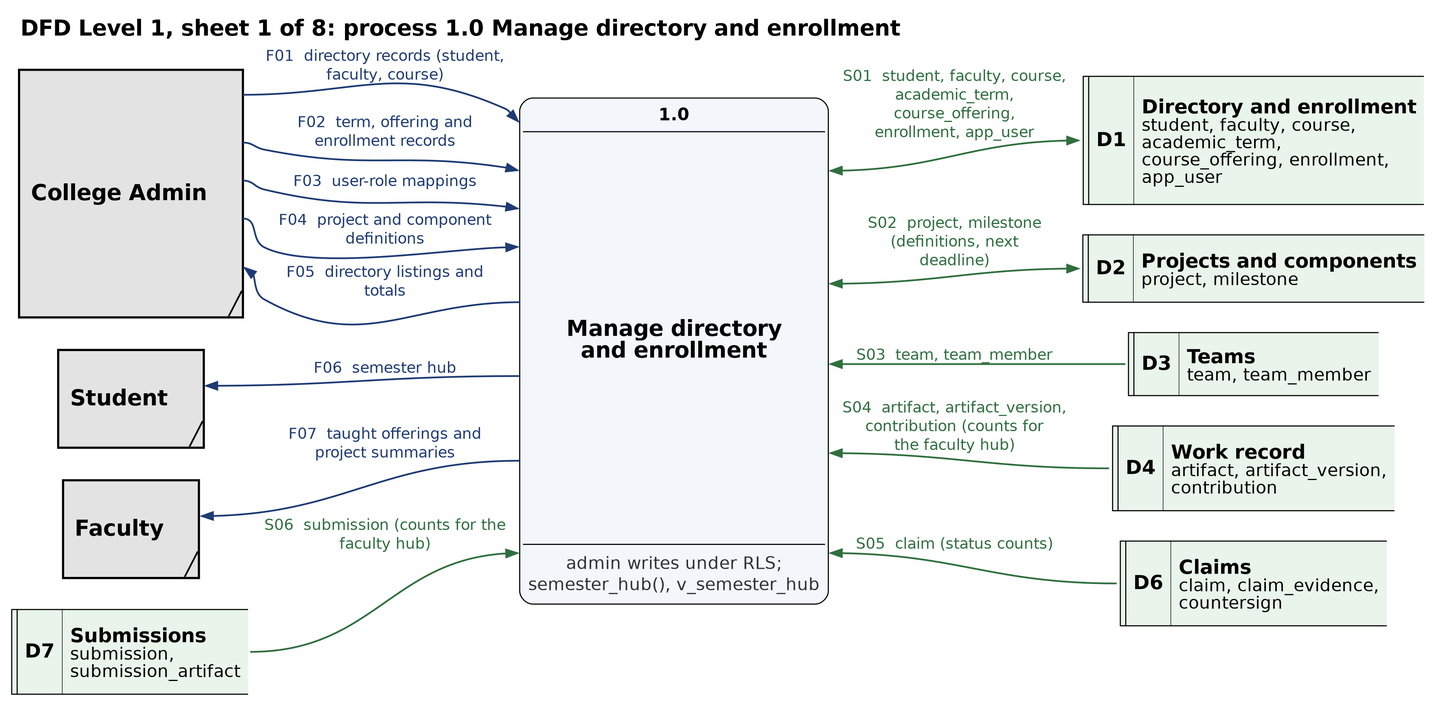
Earlier version of the Graphviz export docs/lab/dfd/png/dfd_level1_sheet1.png (Arun-Sanjay/countersign-dbms). Its source is kept beside it as docs/lab/dfd/dot/dfd_level1_sheet1.dot.
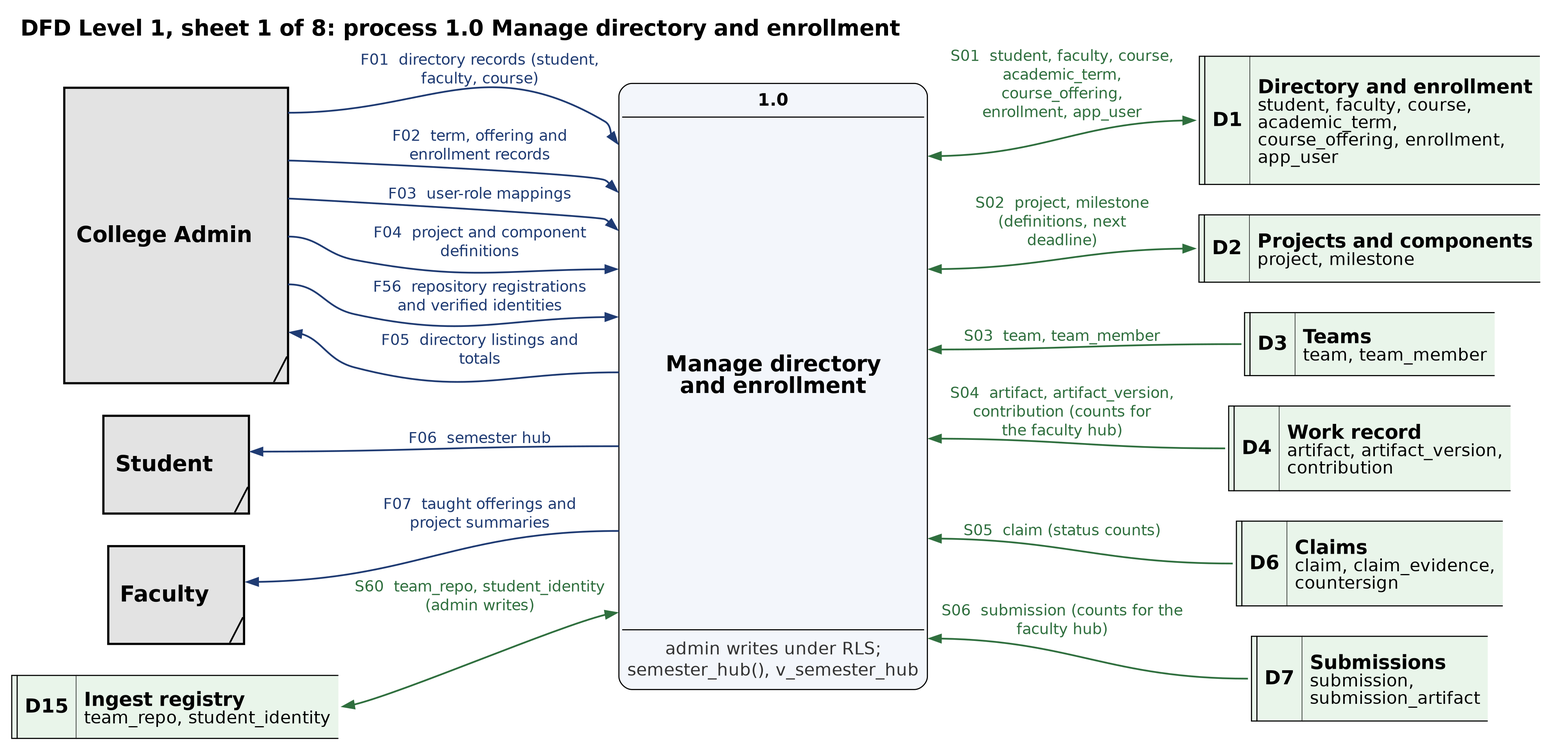
The same file after the commit.

The edit, as a diff of the source:
```diff
@@ -4,32 +4,35 @@
          label=<<b>DFD Level 1, sheet 1 of 8: process 1.0 Manage directory and enrollment</b>>];
   node  [fontname="Helvetica", fontsize=16];
   edge  [fontname="Helvetica", fontsize=14, arrowsize=1.0];
-  "ADM@1.0" [shape=plain, label=<<table border="2" cellborder="0" cellspacing="0" cellpadding="0" bgcolor="#e3e3e3"><tr><td rowspan="6" cellpadding="10"><font point-size="20"><b>College Admin</b></font></td><td port="p0" height="44" width="2"></td></tr><tr><td port="p1" height="44" width="2"></td></tr><tr><td port="p2" height="26" width="2"></td></tr><tr><td port="p3" height="44" width="2"></td></tr><tr><td port="p4" height="44" width="2"></td></tr><tr><td height="22" width="22" align="right" valign="bottom" cellpadding="0"><font point-size="20">&#x2571;</font></td></tr></table>>];
+  "ADM@1.0" [shape=plain, label=<<table border="2" cellborder="0" cellspacing="0" cellpadding="0" bgcolor="#e3e3e3"><tr><td rowspan="7" cellpadding="10"><font point-size="20"><b>College Admin</b></font></td><td port="p0" height="44" width="2"></td></tr><tr><td port="p1" height="44" width="2"></td></tr><tr><td port="p2" height="26" width="2"></td></tr><tr><td port="p3" height="44" width="2"></td></tr><tr><td port="p4" height="44" width="2"></td></tr><tr><td port="p5" height="44" width="2"></td></tr><tr><td height="22" width="22" align="right" valign="bottom" cellpadding="0"><font point-size="20">&#x2571;</font></td></tr></table>>];
   "STU@1.0" [shape=plain, label=<<table border="2" cellborder="0" cellspacing="0" cellpadding="0" bgcolor="#e3e3e3"><tr><td rowspan="2" cellpadding="10"><font point-size="20"><b>Student</b></font></td><td port="p0" height="64" width="2"></td></tr><tr><td height="22" width="22" align="right" valign="bottom" cellpadding="0"><font point-size="20">&#x2571;</font></td></tr></table>>];
   "FAC@1.0" [shape=plain, label=<<table border="2" cellborder="0" cellspacing="0" cellpadding="0" bgcolor="#e3e3e3"><tr><td rowspan="2" cellpadding="10"><font point-size="20"><b>Faculty</b></font></td><td port="p0" height="64" width="2"></td></tr><tr><td height="22" width="22" align="right" valign="bottom" cellpadding="0"><font point-size="20">&#x2571;</font></td></tr></table>>];
-  "D7@1.0" [shape=plain, label=<<table border="0" cellborder="0" cellspacing="0" cellpadding="0"><tr><td rowspan="1" sides="ltb" border="1" width="5" bgcolor="#e9f5ea"></td><td rowspan="1" sides="ltbr" border="1" bgcolor="#e9f5ea" cellpadding="6"><font point-size="18"><b>D7</b></font></td><td rowspan="1" sides="tb" border="1" align="left" balign="left" bgcolor="#e9f5ea" cellpadding="6"><font point-size="18"><b>Submissions</b></font><br/><font point-size="16">submission,<br/>submission_artifact</font></td><td port="p0" height="78" width="2"></td></tr></table>>];
+  "D15@1.0" [shape=plain, label=<<table border="0" cellborder="0" cellspacing="0" cellpadding="0"><tr><td rowspan="1" sides="ltb" border="1" width="5" bgcolor="#e9f5ea"></td><td rowspan="1" sides="ltbr" border="1" bgcolor="#e9f5ea" cellpadding="6"><font point-size="18"><b>D15</b></font></td><td rowspan="1" sides="tb" border="1" align="left" balign="left" bgcolor="#e9f5ea" cellpadding="6"><font point-size="18"><b>Ingest registry</b></font><br/><font point-size="16">team_repo, student_identity</font></td><td port="p0" height="58" width="2"></td></tr></table>>];
   "D1@1.0" [shape=plain, label=<<table border="0" cellborder="0" cellspacing="0" cellpadding="0"><tr><td port="p0" height="118" width="2"></td><td rowspan="1" sides="ltb" border="1" width="5" bgcolor="#e9f5ea"></td><td rowspan="1" sides="ltbr" border="1" bgcolor="#e9f5ea" cellpadding="6"><font point-size="18"><b>D1</b></font></td><td rowspan="1" sides="tb" border="1" align="left" balign="left" bgcolor="#e9f5ea" cellpadding="6"><font point-size="18"><b>Directory and enrollment</b></font><br/><font point-size="16">student, faculty, course,<br/>academic_term,<br/>course_offering, enrollment,<br/>app_user</font></td></tr></table>>];
   "D2@1.0" [shape=plain, label=<<table border="0" cellborder="0" cellspacing="0" cellpadding="0"><tr><td port="p0" height="62" width="2"></td><td rowspan="1" sides="ltb" border="1" width="5" bgcolor="#e9f5ea"></td><td rowspan="1" sides="ltbr" border="1" bgcolor="#e9f5ea" cellpadding="6"><font point-size="18"><b>D2</b></font></td><td rowspan="1" sides="tb" border="1" align="left" balign="left" bgcolor="#e9f5ea" cellpadding="6"><font point-size="18"><b>Projects and components</b></font><br/><font point-size="16">project, milestone</font></td></tr></table>>];
   "D3@1.0" [shape=plain, label=<<table border="0" cellborder="0" cellspacing="0" cellpadding="0"><tr><td port="p0" height="58" width="2"></td><td rowspan="1" sides="ltb" border="1" width="5" bgcolor="#e9f5ea"></td><td rowspan="1" sides="ltbr" border="1" bgcolor="#e9f5ea" cellpadding="6"><font point-size="18"><b>D3</b></font></td><td rowspan="1" sides="tb" border="1" align="left" balign="left" bgcolor="#e9f5ea" cellpadding="6"><font point-size="18"><b>Teams</b></font><br/><font point-size="16">team, team_member</font></td></tr></table>>];
   "D4@1.0" [shape=plain, label=<<table border="0" cellborder="0" cellspacing="0" cellpadding="0"><tr><td port="p0" height="78" width="2"></td><td rowspan="1" sides="ltb" border="1" width="5" bgcolor="#e9f5ea"></td><td rowspan="1" sides="ltbr" border="1" bgcolor="#e9f5ea" cellpadding="6"><font point-size="18"><b>D4</b></font></td><td rowspan="1" sides="tb" border="1" align="left" balign="left" bgcolor="#e9f5ea" cellpadding="6"><font point-size="18"><b>Work record</b></font><br/><font point-size="16">artifact, artifact_version,<br/>contribution</font></td></tr></table>>];
   "D6@1.0" [shape=plain, label=<<table border="0" cellborder="0" cellspacing="0" cellpadding="0"><tr><td port="p0" height="78" width="2"></td><td rowspan="1" sides="ltb" border="1" width="5" bgcolor="#e9f5ea"></td><td rowspan="1" sides="ltbr" border="1" bgcolor="#e9f5ea" cellpadding="6"><font point-size="18"><b>D6</b></font></td><td rowspan="1" sides="tb" border="1" align="left" balign="left" bgcolor="#e9f5ea" cellpadding="6"><font point-size="18"><b>Claims</b></font><br/><font point-size="16">claim, claim_evidence,<br/>countersign</font></td></tr></table>>];
-  "1.0" [shape=plain, label=<<table border="1" cellborder="0" cellspacing="0" cellpadding="4" style="rounded" bgcolor="#f3f6fb"><tr><td rowspan="3" cellpadding="0"><table border="0" cellborder="0" cellspacing="0" cellpadding="0"><tr><td port="LF01" height="44" width="2"></td></tr><tr><td port="LF02" height="44" width="2"></td></tr><tr><td port="LF03" height="26" width="2"></td></tr><tr><td port="LF04" height="44" width="2"></td></tr><tr><td port="LF05" height="58" width="2"></td></tr><tr><td port="LF06" height="78" width="2"></td></tr><tr><td port="LF07" height="78" width="2"></td></tr><tr><td port="LS06" height="92" width="2"></td></tr></table></td><td sides="b" border="1" height="30" width="230"><font point-size="16"><b>1.0</b></font></td><td rowspan="3" cellpadding="0"><table border="0" cellborder="0" cellspacing="0" cellpadding="0"><tr><td port="RS01" height="132" width="2"></td></tr><tr><td port="RS02" height="76" width="2"></td></tr><tr><td port="RS03" height="72" width="2"></td></tr><tr><td port="RS04" height="92" width="2"></td></tr><tr><td port="RS05" height="92" width="2"></td></tr></table></td></tr><tr><td height="380"><font point-size="20"><b>Manage directory<br/>and enrollment</b></font></td></tr><tr><td sides="t" border="1" height="54"><font point-size="16" color="#333333">admin writes under RLS;<br/>semester_hub(), v_semester_hub</font></td></tr></table>>];
-  { rank=same; "ADM@1.0"; "STU@1.0"; "FAC@1.0"; "D7@1.0"; }
-  "ADM@1.0" -> "STU@1.0" -> "FAC@1.0" -> "D7@1.0" [style=invis];
+  "D7@1.0" [shape=plain, label=<<table border="0" cellborder="0" cellspacing="0" cellpadding="0"><tr><td port="p0" height="78" width="2"></td><td rowspan="1" sides="ltb" border="1" width="5" bgcolor="#e9f5ea"></td><td rowspan="1" sides="ltbr" border="1" bgcolor="#e9f5ea" cellpadding="6"><font point-size="18"><b>D7</b></font></td><td rowspan="1" sides="tb" border="1" align="left" balign="left" bgcolor="#e9f5ea" cellpadding="6"><font point-size="18"><b>Submissions</b></font><br/><font point-size="16">submission,<br/>submission_artifact</font></td></tr></table>>];
+  "1.0" [shape=plain, label=<<table border="1" cellborder="0" cellspacing="0" cellpadding="4" style="rounded" bgcolor="#f3f6fb"><tr><td rowspan="3" cellpadding="0"><table border="0" cellborder="0" cellspacing="0" cellpadding="0"><tr><td height="34" width="2"></td></tr><tr><td port="LF01" height="44" width="2"></td></tr><tr><td port="LF02" height="44" width="2"></td></tr><tr><td port="LF03" height="26" width="2"></td></tr><tr><td port="LF04" height="44" width="2"></td></tr><tr><td port="LF56" height="44" width="2"></td></tr><tr><td port="LF05" height="58" width="2"></td></tr><tr><td port="LF06" height="78" width="2"></td></tr><tr><td port="LF07" height="78" width="2"></td></tr><tr><td port="LS60" height="72" width="2"></td></tr><tr><td height="34" width="2"></td></tr></table></td><td sides="b" border="1" height="30" width="230"><font point-size="16"><b>1.0</b></font></td><td rowspan="3" cellpadding="0"><table border="0" cellborder="0" cellspacing="0" cellpadding="0"><tr><td port="RS01" height="132" width="2"></td></tr><tr><td port="RS02" height="76" width="2"></td></tr><tr><td port="RS03" height="72" width="2"></td></tr><tr><td port="RS04" height="92" width="2"></td></tr><tr><td port="RS05" height="92" width="2"></td></tr><tr><td port="RS06" height="92" width="2"></td></tr></table></td></tr><tr><td height="472"><font point-size="20"><b>Manage directory<br/>and enrollment</b></font></td></tr><tr><td sides="t" border="1" height="54"><font point-size="16" color="#333333">admin writes under RLS;<br/>semester_hub(), v_semester_hub</font></td></tr></table>>];
+  { rank=same; "ADM@1.0"; "STU@1.0"; "FAC@1.0"; "D15@1.0"; }
+  "ADM@1.0" -> "STU@1.0" -> "FAC@1.0" -> "D15@1.0" [style=invis];
   { rank=same; "1.0"; }
-  { rank=same; "D1@1.0"; "D2@1.0"; "D3@1.0"; "D4@1.0"; "D6@1.0"; }
-  "D1@1.0" -> "D2@1.0" -> "D3@1.0" -> "D4@1.0" -> "D6@1.0" [style=invis];
+  { rank=same; "D1@1.0"; "D2@1.0"; "D3@1.0"; "D4@1.0"; "D6@1.0"; "D7@1.0"; }
+  "D1@1.0" -> "D2@1.0" -> "D3@1.0" -> "D4@1.0" -> "D6@1.0" -> "D7@1.0" [style=invis];
   "ADM@1.0":p0:e -> "1.0":LF01:w [label="F01  directory records (student,\nfaculty, course)", color="#1f3b73", fontcolor="#1f3b73", penwidth=1.6];
   "ADM@1.0":p1:e -> "1.0":LF02:w [label="F02  term, offering and\nenrollment records", color="#1f3b73", fontcolor="#1f3b73", penwidth=1.6];
   "ADM@1.0":p2:e -> "1.0":LF03:w [label="F03  user-role mappings", color="#1f3b73", fontcolor="#1f3b73", penwidth=1.6];
   "ADM@1.0":p3:e -> "1.0":LF04:w [label="F04  project and component\ndefinitions", color="#1f3b73", fontcolor="#1f3b73", penwidth=1.6];
-  "ADM@1.0":p4:e -> "1.0":LF05:w [label="F05  directory listings and\ntotals", color="#1f3b73", fontcolor="#1f3b73", penwidth=1.6, dir=back];
+  "ADM@1.0":p4:e -> "1.0":LF56:w [label="F56  repository registrations\nand verified identities", color="#1f3b73", fontcolor="#1f3b73", penwidth=1.6];
+  "ADM@1.0":p5:e -> "1.0":LF05:w [label="F05  directory listings and\ntotals", color="#1f3b73", fontcolor="#1f3b73", penwidth=1.6, dir=back];
   "STU@1.0":p0:e -> "1.0":LF06:w [label="F06  semester hub", color="#1f3b73", fontcolor="#1f3b73", penwidth=1.6, dir=back];
   "FAC@1.0":p0:e -> "1.0":LF07:w [label="F07  taught offerings and\nproject summaries", color="#1f3b73", fontcolor="#1f3b73", penwidth=1.6, dir=back];
-  "D7@1.0":p0:e -> "1.0":LS06:w [label="S06  submission (counts for the\nfaculty hub)", color="#2f6f3e", fontcolor="#2f6f3e", penwidth=1.6];
+  "D15@1.0":p0:e -> "1.0":LS60:w [label="S60  team_repo, student_identity\n(admin writes)", color="#2f6f3e", fontcolor="#2f6f3e", penwidth=1.6, dir=both];
   "1.0":RS01:e -> "D1@1.0":p0:w [label="S01  student, faculty, course,\nacademic_term,\ncourse_offering,\nenrollment, app_user", color="#2f6f3e", fontcolor="#2f6f3e", penwidth=1.6, dir=both];
   "1.0":RS02:e -> "D2@1.0":p0:w [label="S02  project, milestone\n(definitions, next\ndeadline)", color="#2f6f3e", fontcolor="#2f6f3e", penwidth=1.6, dir=both];
   "1.0":RS03:e -> "D3@1.0":p0:w [label="S03  team, team_member", color="#2f6f3e", fontcolor="#2f6f3e", penwidth=1.6, dir=back];
   "1.0":RS04:e -> "D4@1.0":p0:w [label="S04  artifact, artifact_version,\ncontribution (counts for\nthe faculty hub)", color="#2f6f3e", fontcolor="#2f6f3e", penwidth=1.6, dir=back];
   "1.0":RS05:e -> "D6@1.0":p0:w [label="S05  claim (status counts)", color="#2f6f3e", fontcolor="#2f6f3e", penwidth=1.6, dir=back];
+  "1.0":RS06:e -> "D7@1.0":p0:w [label="S06  submission (counts for the\nfaculty hub)", color="#2f6f3e", fontcolor="#2f6f3e", penwidth=1.6, dir=back];
 }
```
